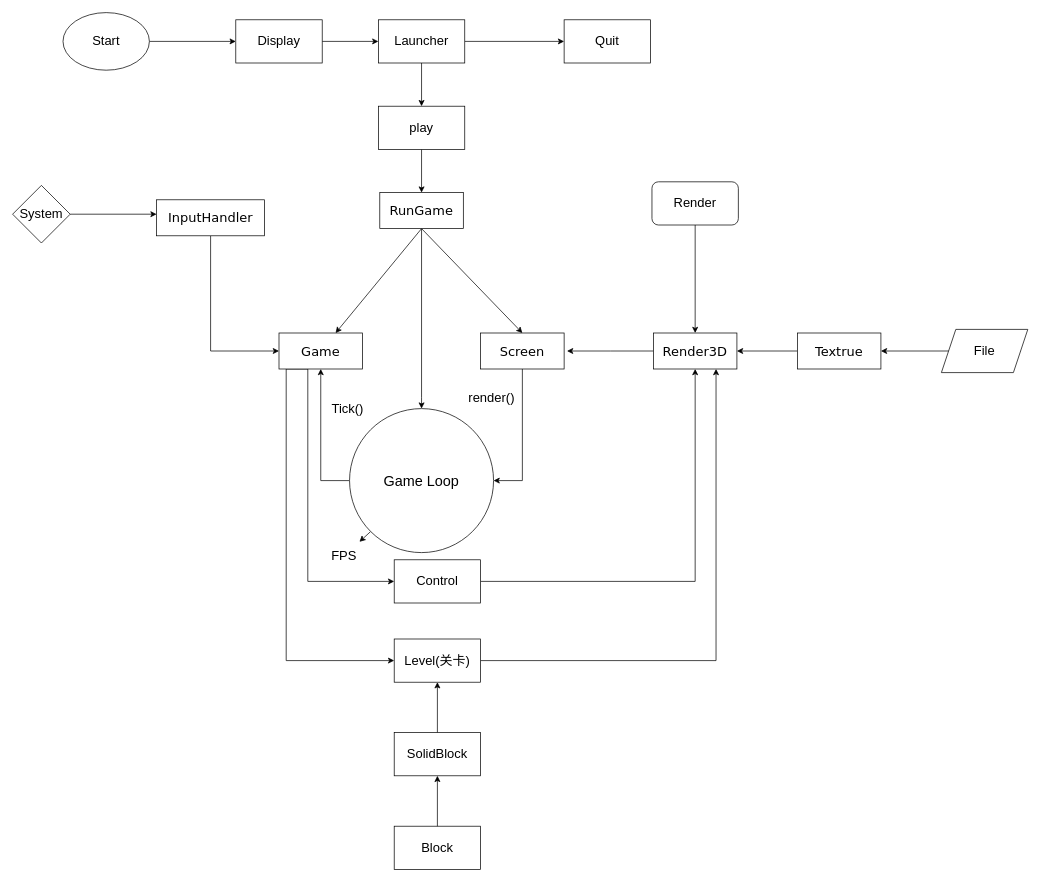
xiaodongYao/DrawIO keeps this draw.io diagram as 3D FPS GAME.drawio. Above is the earlier version. Source tidied: cells renumbered, new cells numbered last; positions are measured from the earlier drawing's top-left corner, leaving out a move shared by most shapes. Both pictures are drawn from the tidied source at 72%, with x=0, y=0 at pixel (12, 12).
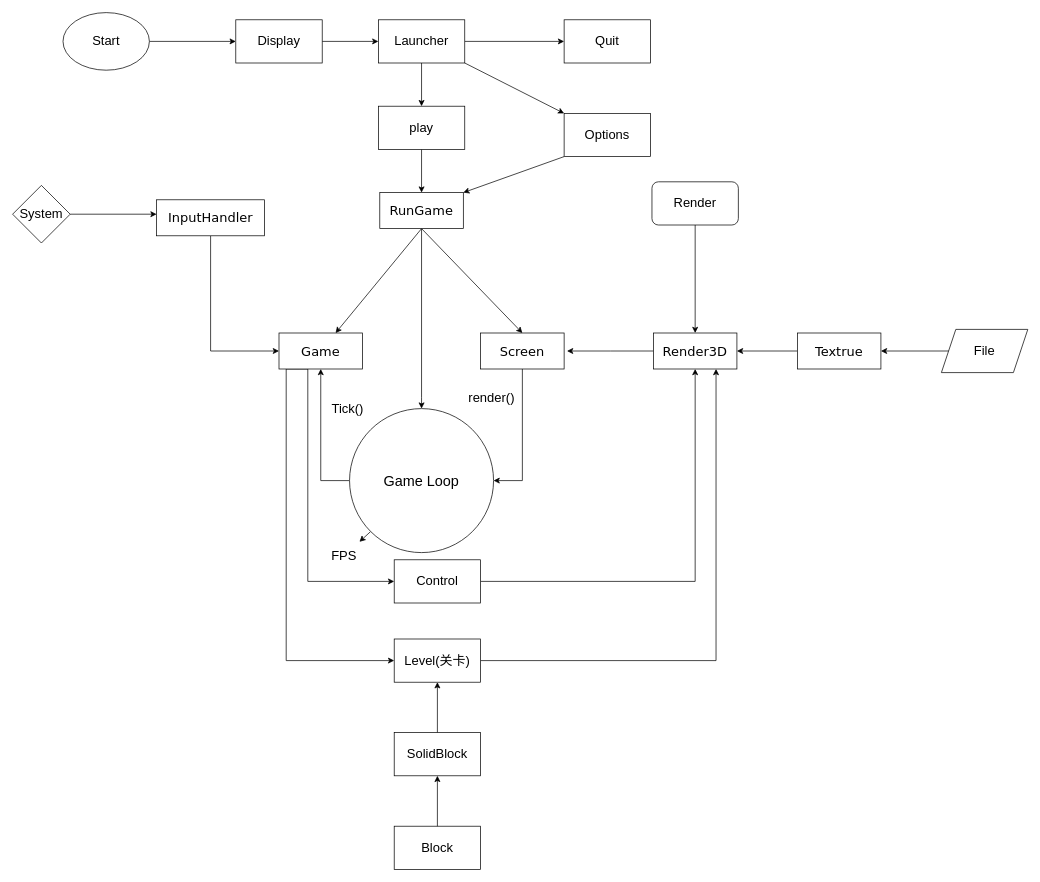
The same page after the edit.

Unchanged cells that the change refers to:
```xml
<mxCell id="5" value="RunGame" style="rounded=0;whiteSpace=wrap;html=1;fontFamily=Verdana;fontSize=18;" parent="1" vertex="1">
  <mxGeometry x="510" y="250" width="116" height="50" as="geometry" />
</mxCell>
<mxCell id="43" value="Launcher" style="rounded=0;whiteSpace=wrap;html=1;fontSize=18;" parent="1" vertex="1">
  <mxGeometry x="508" y="10" width="120" height="60" as="geometry" />
</mxCell>
```

Diff of the diagram source:
```diff
@@
+    <mxCell id="47" style="rounded=0;jettySize=auto;html=1;exitX=1;exitY=1;exitDx=0;exitDy=0;entryX=0;entryY=0;entryDx=0;entryDy=0;" parent="1" edge="1" source="43" target="49">
+      <mxGeometry relative="1" as="geometry" />
+    </mxCell>
@@
+    <mxCell id="48" style="rounded=0;jettySize=auto;html=1;exitX=0;exitY=1;exitDx=0;exitDy=0;entryX=1;entryY=0;entryDx=0;entryDy=0;" parent="1" edge="1" source="49" target="5">
+      <mxGeometry relative="1" as="geometry" />
+    </mxCell>
+    <mxCell id="49" value="Options" style="rounded=0;whiteSpace=wrap;html=1;fontSize=18;" parent="1" vertex="1">
+      <mxGeometry x="766" y="140" width="120" height="60" as="geometry" />
+    </mxCell>
```
